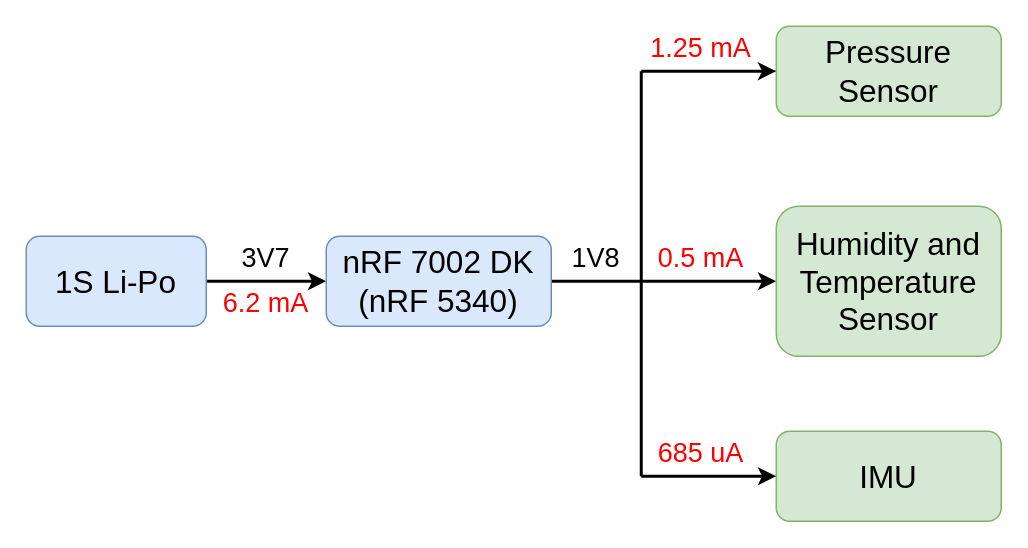
This is P_B_D.drawio from ese5180/iot-venture-f25-mesh, a draw.io file, before an edit. Source tidied: cells renumbered, new cells numbered last; positions are measured from the earlier drawing's top-left corner, leaving out a move shared by most shapes. Both pictures are drawn from the tidied source at 150%, with x=0, y=0 at pixel (26, 26).
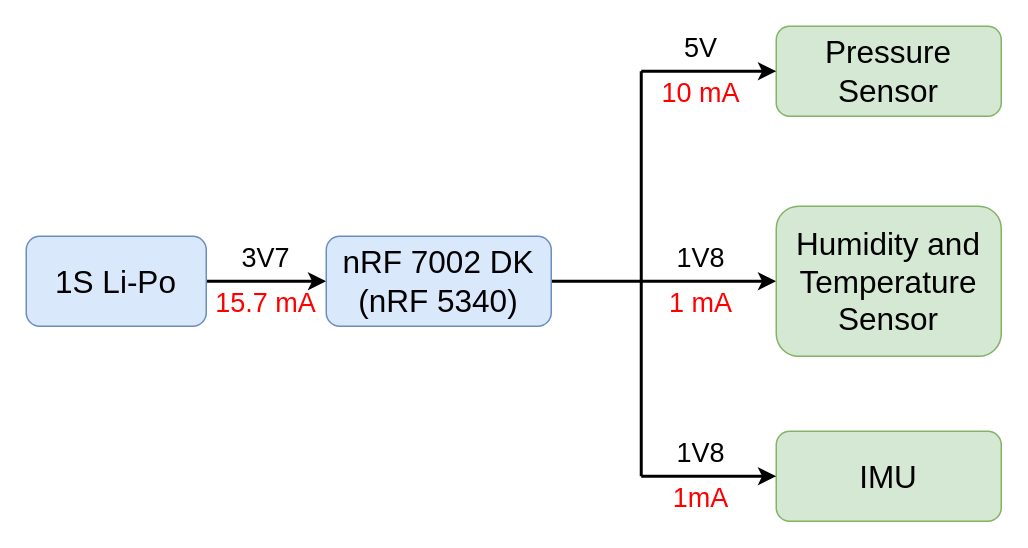
The same diagram, later.

Change to the diagram source:
```diff
@@
-    <mxCell id="14" value="&lt;font style=&quot;font-size: 18px;&quot;&gt;1V8&lt;/font&gt;" style="text;html=1;align=center;verticalAlign=middle;whiteSpace=wrap;rounded=0;" parent="1" vertex="1">
-      <mxGeometry x="350" y="140" width="60" height="30" as="geometry" />
-    </mxCell>
-    <mxCell id="15" value="&lt;font style=&quot;font-size: 18px;&quot;&gt;1.25 mA&lt;/font&gt;" style="text;html=1;align=center;verticalAlign=middle;whiteSpace=wrap;rounded=0;fontColor=#FF0000;" parent="1" vertex="1">
-      <mxGeometry x="410" width="80" height="30" as="geometry" />
+    <mxCell id="15" value="&lt;font style=&quot;font-size: 18px;&quot;&gt;10 mA&lt;/font&gt;" style="text;html=1;align=center;verticalAlign=middle;whiteSpace=wrap;rounded=0;fontColor=#FF0000;" parent="1" vertex="1">
+      <mxGeometry x="410" y="30" width="80" height="30" as="geometry" />
     </mxCell>
-    <mxCell id="16" value="&lt;font style=&quot;font-size: 18px;&quot;&gt;0.5 mA&lt;/font&gt;" style="text;html=1;align=center;verticalAlign=middle;whiteSpace=wrap;rounded=0;fontColor=#FF0000;" parent="1" vertex="1">
-      <mxGeometry x="410" y="140" width="80" height="30" as="geometry" />
+    <mxCell id="16" value="&lt;font style=&quot;font-size: 18px;&quot;&gt;1 mA&lt;/font&gt;" style="text;html=1;align=center;verticalAlign=middle;whiteSpace=wrap;rounded=0;fontColor=#FF0000;" parent="1" vertex="1">
+      <mxGeometry x="410" y="170" width="80" height="30" as="geometry" />
     </mxCell>
-    <mxCell id="17" value="&lt;font style=&quot;font-size: 18px;&quot;&gt;685 uA&lt;/font&gt;" style="text;html=1;align=center;verticalAlign=middle;whiteSpace=wrap;rounded=0;fontColor=#FF0000;" parent="1" vertex="1">
-      <mxGeometry x="410" y="270" width="80" height="30" as="geometry" />
+    <mxCell id="17" value="&lt;font style=&quot;font-size: 18px;&quot;&gt;1mA&lt;/font&gt;" style="text;html=1;align=center;verticalAlign=middle;whiteSpace=wrap;rounded=0;fontColor=#FF0000;" parent="1" vertex="1">
+      <mxGeometry x="410" y="300" width="80" height="30" as="geometry" />
     </mxCell>
-    <mxCell id="18" value="&lt;font style=&quot;font-size: 18px;&quot;&gt;6.2 mA&lt;/font&gt;" style="text;html=1;align=center;verticalAlign=middle;whiteSpace=wrap;rounded=0;fontColor=#FF0000;" parent="1" vertex="1">
-      <mxGeometry x="130" y="170" width="60" height="30" as="geometry" />
+    <mxCell id="18" value="&lt;font style=&quot;font-size: 18px;&quot;&gt;15.7 mA&lt;/font&gt;" style="text;html=1;align=center;verticalAlign=middle;whiteSpace=wrap;rounded=0;fontColor=#FF0000;" parent="1" vertex="1">
+      <mxGeometry x="125" y="170" width="70" height="30" as="geometry" />
     </mxCell>
+    <mxCell id="19" value="&lt;font style=&quot;font-size: 18px;&quot;&gt;5V&lt;/font&gt;" style="text;html=1;align=center;verticalAlign=middle;whiteSpace=wrap;rounded=0;" parent="1" vertex="1">
+      <mxGeometry x="420" width="60" height="30" as="geometry" />
+    </mxCell>
+    <mxCell id="20" value="&lt;font style=&quot;font-size: 18px;&quot;&gt;1V8&lt;/font&gt;" style="text;html=1;align=center;verticalAlign=middle;whiteSpace=wrap;rounded=0;" parent="1" vertex="1">
+      <mxGeometry x="420" y="140" width="60" height="30" as="geometry" />
+    </mxCell>
+    <mxCell id="21" value="&lt;font style=&quot;font-size: 18px;&quot;&gt;1V8&lt;/font&gt;" style="text;html=1;align=center;verticalAlign=middle;whiteSpace=wrap;rounded=0;" parent="1" vertex="1">
+      <mxGeometry x="420" y="270" width="60" height="30" as="geometry" />
+    </mxCell>
```
